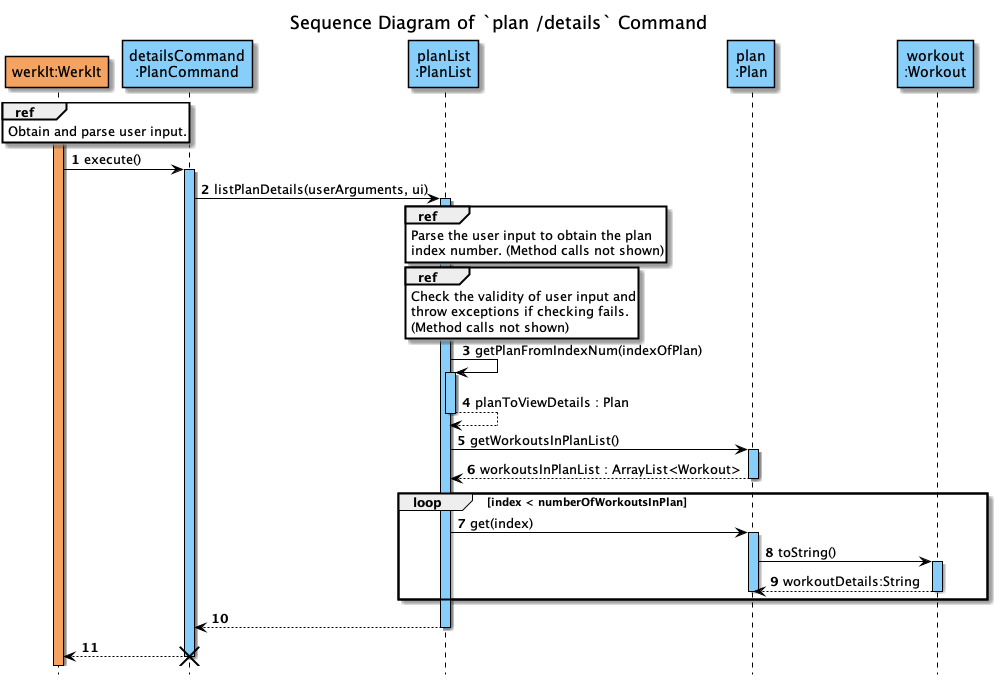
Above: docs/uml/sequenceDiagrams/plans/images/detailsOfPlan.png in nus-cs2113-AY2122S2/tp (PlantUML), before the change.
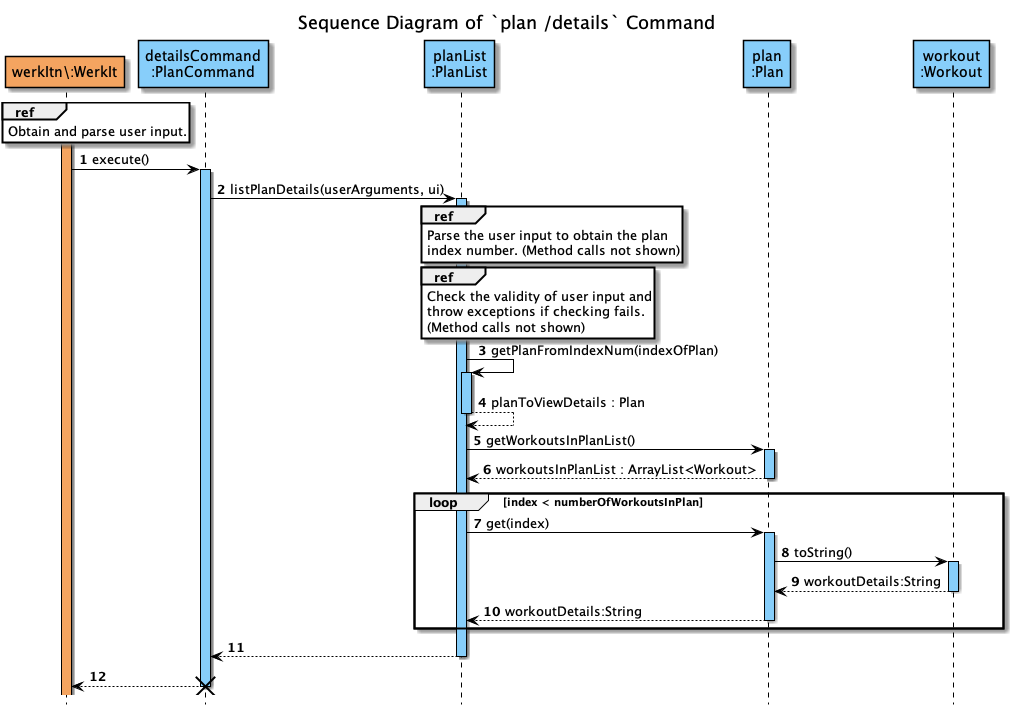
After the commit.

Commit message:
Edit SD for plan related feature

Change to the diagram source:
```diff
@@ -6,8 +6,8 @@
 title Sequence Diagram of `plan /details` Command
 hide footbox
 
-participant "werkIt:WerkIt" AS WerkIt COLOR_WERKIT
-participant "detailsCommand\n:PlanCommand" AS detailsCommand COLOR_LOGIC
+participant "werkItn\:WerkIt" AS WerkIt COLOR_WERKIT
+participant "detailsCommand\n:PlanCommand" AS planCommand COLOR_LOGIC
 participant "planList\n:PlanList" AS PlanList COLOR_LOGIC
 participant "plan\n:Plan" AS Plan COLOR_LOGIC
 participant "workout\n:Workout" AS Workout COLOR_LOGIC
@@ -17,9 +17,9 @@
 Obtain and parse user input.
 end
 
-WerkIt -> detailsCommand : execute()
-activate detailsCommand COLOR_LOGIC
-detailsCommand -> PlanList : listPlanDetails(userArguments, ui)
+WerkIt -> planCommand : execute()
+activate planCommand COLOR_LOGIC
+planCommand -> PlanList : listPlanDetails(userArguments, ui)
 activate PlanList COLOR_LOGIC
 ref over PlanList
 Parse the user input to obtain the plan
@@ -46,14 +46,15 @@
 Plan -> Workout : toString()
 activate Workout COLOR_LOGIC
 return workoutDetails:String
+return workoutDetails:String
 deactivate Plan
 end
 
-detailsCommand <-- PlanList
+planCommand <-- PlanList
 deactivate PlanList
 
-WerkIt <-- detailsCommand
-deactivate detailsCommand
+WerkIt <-- planCommand
+deactivate planCommand
 
-destroy detailsCommand
+destroy planCommand
 @enduml
```
